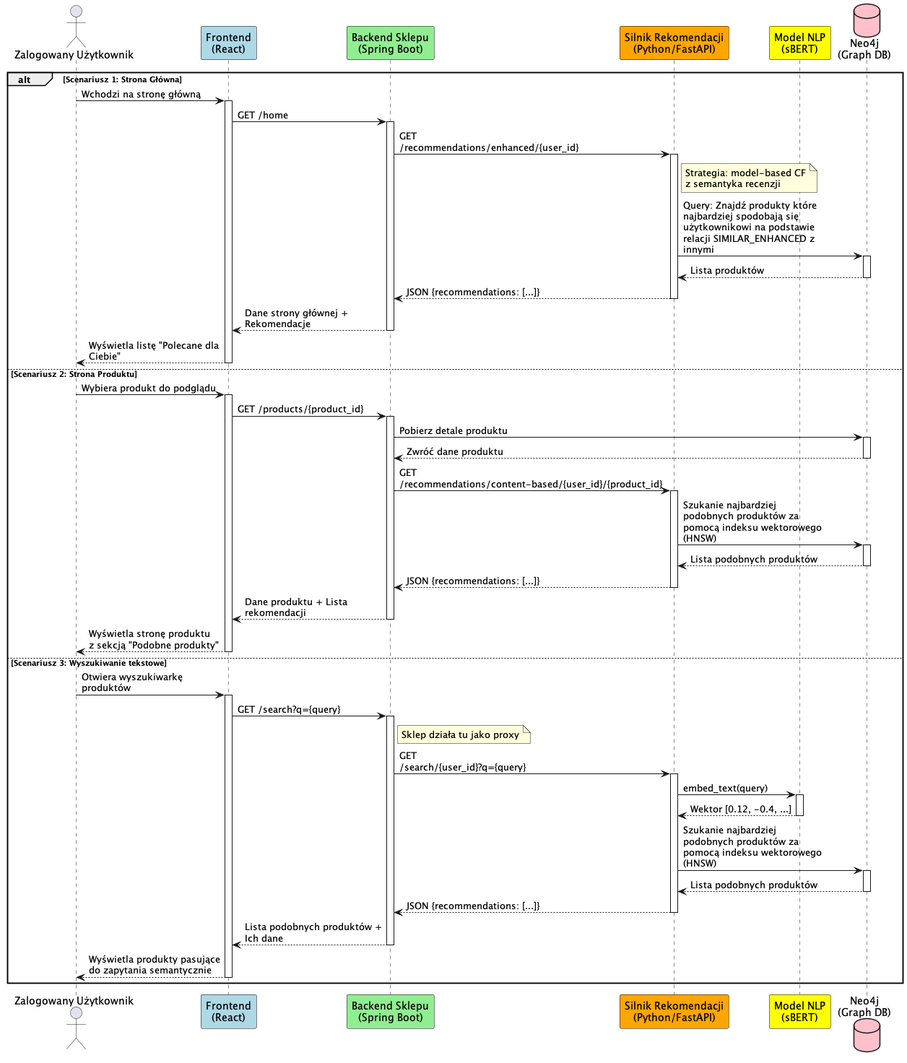
Above: out/diagram_sekwencji_system/diagram_sekwencji_system.png in monkeykinggggg/Recommendation_engine (PlantUML), before the change. The source it was exported from:
```plantuml
@startuml
skinparam responseMessageBelowArrow true
skinparam maxMessageSize 200
skinparam participant {
  BackgroundColor White
  BorderColor Black
}

actor "Zalogowany Użytkownik" as User
participant "Frontend\n(React)" as UI #LightBlue
participant "Backend Sklepu\n(Spring Boot)" as Shop #LightGreen
participant "Silnik Rekomendacji\n(Python/FastAPI)" as Engine #Orange
participant "Model NLP\n(sBERT)" as NLP #Yellow
database "Neo4j\n(Graph DB)" as DB #Pink


alt Scenariusz 1: Strona Główna
    User -> UI: Wchodzi na stronę główną
    activate UI

    UI -> Shop: GET /home
    activate Shop

    Shop -> Engine: GET /recommendations/enhanced/{user_id}
    activate Engine

    note right of Engine
      Strategia: model-based CF
      z semantyka recenzji
    end note

    Engine -> DB: Query: Znajdź produkty które najbardziej spodobają się użytkownikowi na podstawie relacji SIMILAR_ENHANCED z innymi
    activate DB
    DB --> Engine: Lista produktów
    deactivate DB

    Engine --> Shop: JSON {recommendations: [...]}
    deactivate Engine


    Shop --> UI: Dane strony głównej + Rekomendacje
    deactivate Shop

    UI --> User: Wyświetla listę "Polecane dla Ciebie"
    deactivate UI

else Scenariusz 2: Strona Produktu
    User -> UI: Wybiera produkt do podglądu
    activate UI

    UI -> Shop: GET /products/{product_id}
    activate Shop
    Shop -> DB: Pobierz detale produktu
    activate DB
    DB --> Shop: Zwróć dane produktu
    deactivate DB

    Shop -> Engine: GET /recommendations/content-based/{user_id}/{product_id}
    activate Engine

    Engine -> DB: Szukanie najbardziej podobnych produktów za pomocą indeksu wektorowego  (HNSW)
    activate DB
    DB --> Engine: Lista podobnych produktów
    deactivate DB

    Engine --> Shop: JSON {recommendations: [...]}
    deactivate Engine

    Shop --> UI: Dane produktu + Lista rekomendacji
    deactivate Shop

    UI --> User: Wyświetla stronę produktu\nz sekcją "Podobne produkty"
    deactivate UI


else Scenariusz 3: Wyszukiwanie tekstowe
    User -> UI: Otwiera wyszukiwarkę produktów
    activate UI

    UI -> Shop: GET /search?q={query}
    activate Shop
    note right of Shop
    Sklep działa tu jako proxy
    end note
    Shop -> Engine: GET /search/{user_id}?q={query}
    activate Engine
    Engine -> NLP: embed_text(query)
    activate NLP
    NLP --> Engine: Wektor [0.12, -0.4, ...]
    deactivate NLP
    Engine -> DB: Szukanie najbardziej podobnych produktów za pomocą indeksu wektorowego  (HNSW)
    activate DB
    DB --> Engine: Lista podobnych produktów
    deactivate DB
    Engine --> Shop: JSON {recommendations: [...]}
    deactivate Engine
    Shop --> UI: Lista podobnych produktów + Ich dane
    deactivate Shop
    UI --> User: Wyświetla produkty pasujące do zapytania semantycznie
    deactivate UI
end
@enduml
```
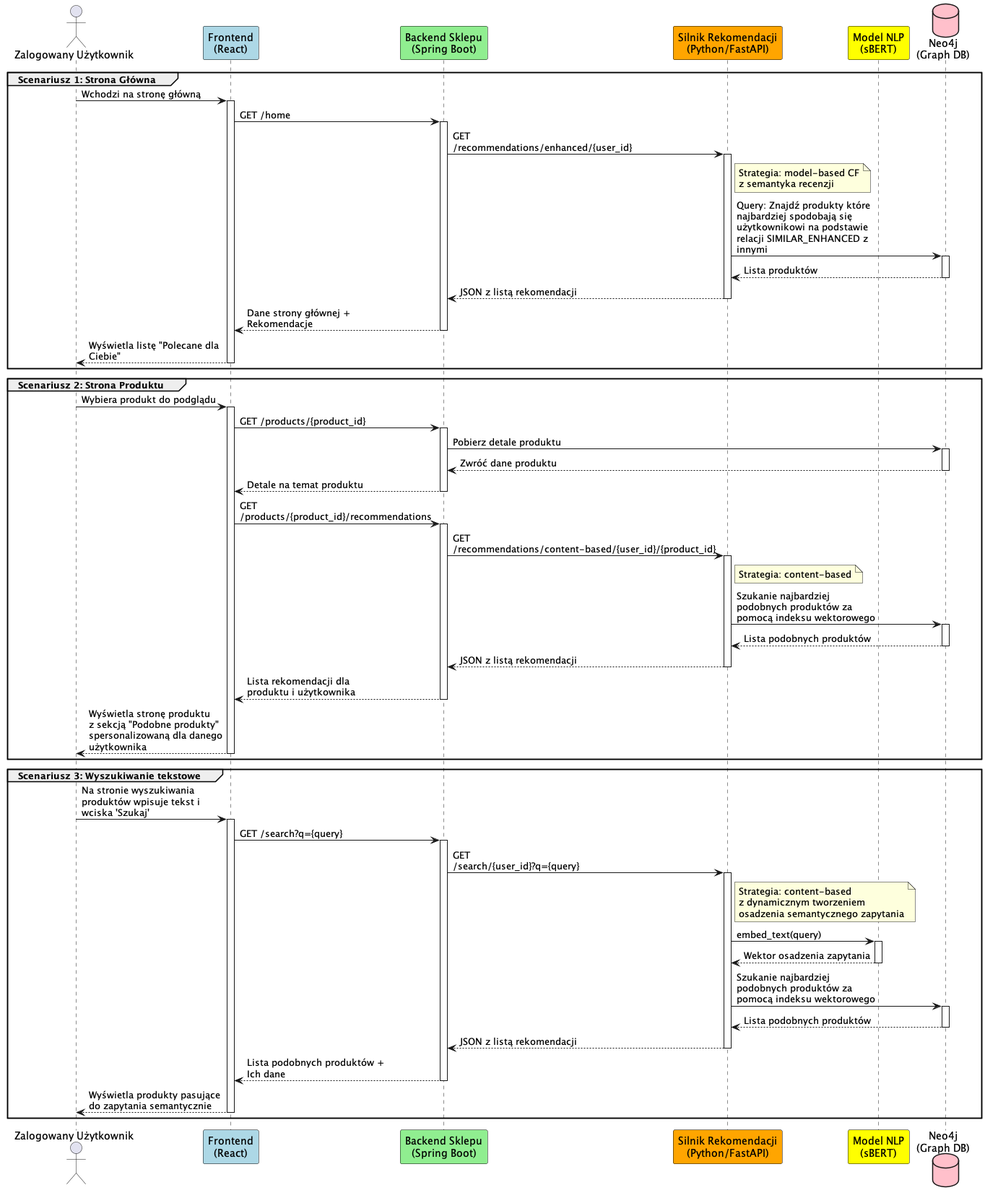
The same diagram one commit later.

Change to the diagram source:
```diff
@@ -14,7 +14,7 @@
 database "Neo4j\n(Graph DB)" as DB #Pink
 
 
-alt Scenariusz 1: Strona Główna
+group Scenariusz 1: Strona Główna
     User -> UI: Wchodzi na stronę główną
     activate UI
 
@@ -34,7 +34,7 @@
     DB --> Engine: Lista produktów
     deactivate DB
 
-    Engine --> Shop: JSON {recommendations: [...]}
+    Engine --> Shop: JSON z listą rekomendacji
     deactivate Engine
 
 
@@ -44,7 +44,8 @@
     UI --> User: Wyświetla listę "Polecane dla Ciebie"
     deactivate UI
 
-else Scenariusz 2: Strona Produktu
+end
+group Scenariusz 2: Strona Produktu
     User -> UI: Wybiera produkt do podglądu
     activate UI
 
@@ -54,45 +55,56 @@
     activate DB
     DB --> Shop: Zwróć dane produktu
     deactivate DB
+    Shop --> UI: Detale na temat produktu
+    deactivate Shop
 
+    UI -> Shop: GET /products/{product_id}/recommendations
+    activate Shop
     Shop -> Engine: GET /recommendations/content-based/{user_id}/{product_id}
     activate Engine
 
-    Engine -> DB: Szukanie najbardziej podobnych produktów za pomocą indeksu wektorowego  (HNSW)
+    note right of Engine
+      Strategia: content-based
+    end note
+
+    Engine -> DB: Szukanie najbardziej podobnych produktów za pomocą indeksu wektorowego
     activate DB
     DB --> Engine: Lista podobnych produktów
     deactivate DB
 
-    Engine --> Shop: JSON {recommendations: [...]}
+    Engine --> Shop: JSON z listą rekomendacji
     deactivate Engine
 
-    Shop --> UI: Dane produktu + Lista rekomendacji
+    Shop --> UI: Lista rekomendacji dla produktu i użytkownika
     deactivate Shop
 
-    UI --> User: Wyświetla stronę produktu\nz sekcją "Podobne produkty"
+    UI --> User: Wyświetla stronę produktu\nz sekcją "Podobne produkty" spersonalizowaną dla danego użytkownika
     deactivate UI
 
+end
 
-else Scenariusz 3: Wyszukiwanie tekstowe
-    User -> UI: Otwiera wyszukiwarkę produktów
+group Scenariusz 3: Wyszukiwanie tekstowe
+    User -> UI: Na stronie wyszukiwania produktów wpisuje tekst i wciska 'Szukaj'
     activate UI
 
     UI -> Shop: GET /search?q={query}
     activate Shop
-    note right of Shop
-    Sklep działa tu jako proxy
-    end note
     Shop -> Engine: GET /search/{user_id}?q={query}
     activate Engine
+    note right of Engine
+      Strategia: content-based
+      z dynamicznym tworzeniem
+      osadzenia semantycznego zapytania
+    end note
     Engine -> NLP: embed_text(query)
     activate NLP
-    NLP --> Engine: Wektor [0.12, -0.4, ...]
+    NLP --> Engine: Wektor osadzenia zapytania
     deactivate NLP
-    Engine -> DB: Szukanie najbardziej podobnych produktów za pomocą indeksu wektorowego  (HNSW)
+    Engine -> DB: Szukanie najbardziej podobnych produktów za pomocą indeksu wektorowego
     activate DB
     DB --> Engine: Lista podobnych produktów
     deactivate DB
-    Engine --> Shop: JSON {recommendations: [...]}
+    Engine --> Shop: JSON z listą rekomendacji
     deactivate Engine
     Shop --> UI: Lista podobnych produktów + Ich dane
     deactivate Shop
```
